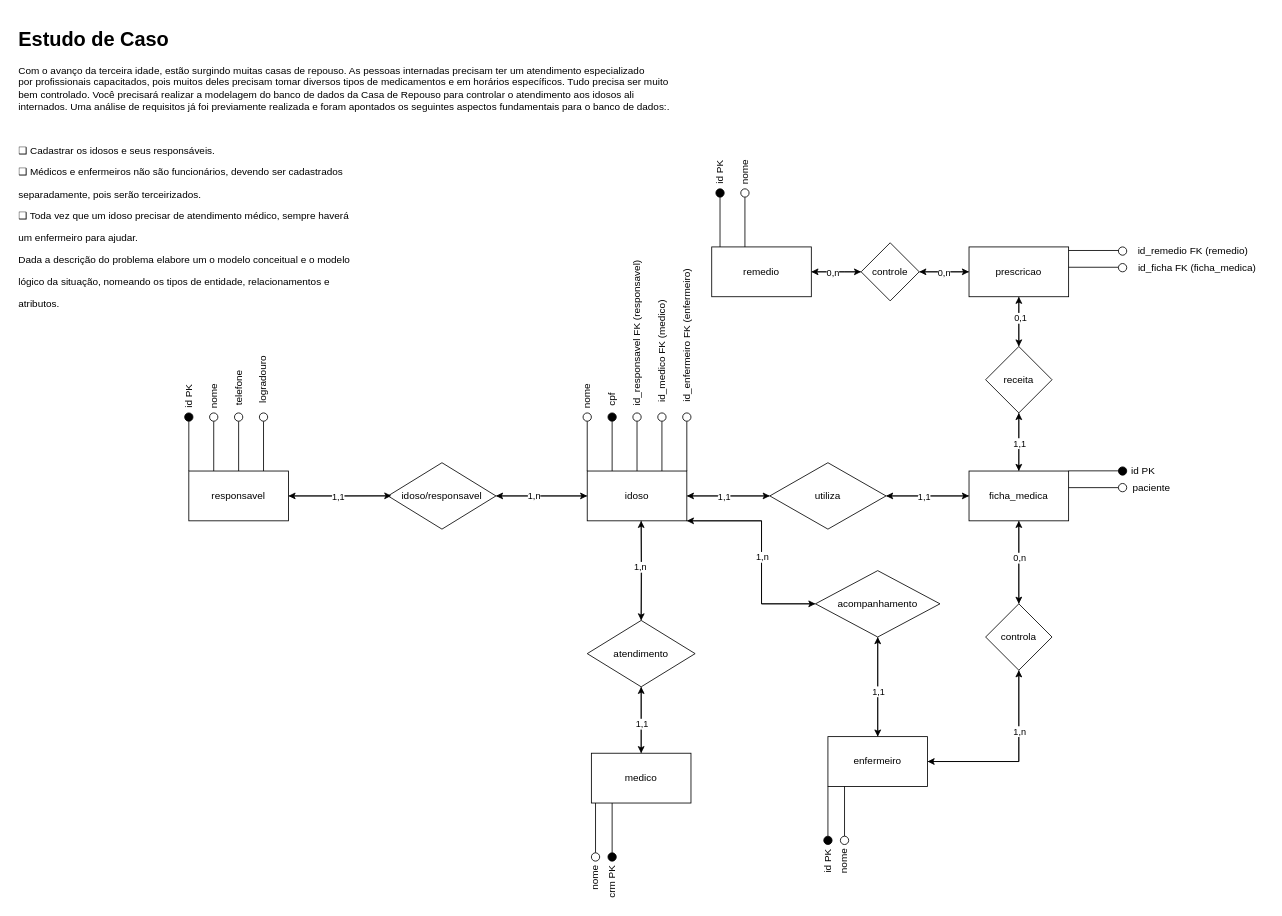
The draw.io diagram md_aula4.drawio in deppbrazil/data-modeling, before the edit. Source tidied: cells renumbered, new cells numbered last; positions are measured from the earlier drawing's top-left corner, leaving out a move shared by most shapes. Both pictures are drawn from the tidied source at 83%, with x=0, y=0 at pixel (14, 22).
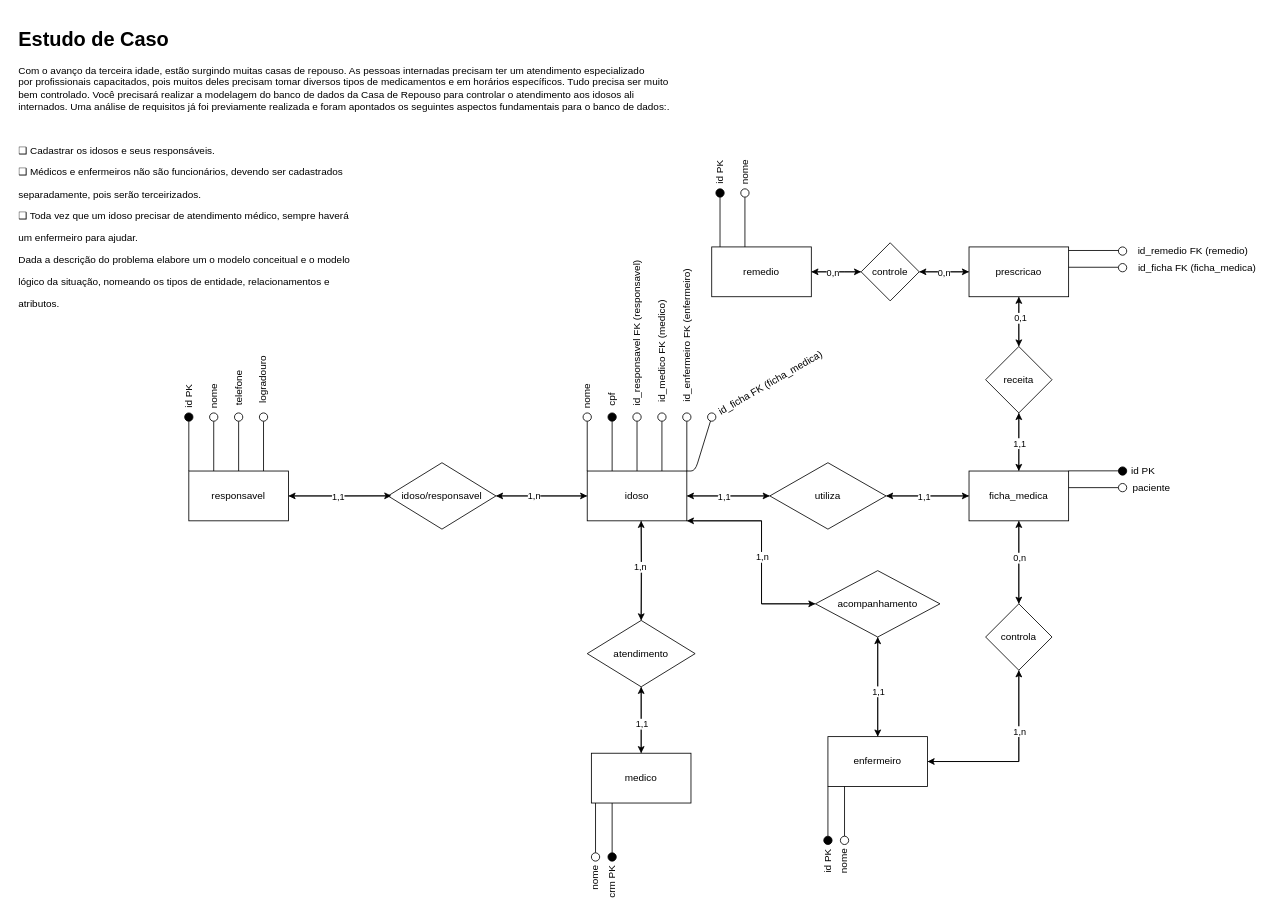
The same diagram, later.

The change refers to these unchanged cells:
```xml
<mxCell id="6" value="idoso" style="rounded=0;whiteSpace=wrap;html=1;" parent="1" vertex="1">
  <mxGeometry x="690" y="540" width="120" height="60" as="geometry" />
</mxCell>
```

The edit, as a diff of the source:
```diff
@@
+    <mxCell id="116" style="endArrow=none;html=1;exitX=1;exitY=0;exitDx=0;exitDy=0;" parent="1" edge="1" source="117">
+      <mxGeometry relative="1" as="geometry">
+        <mxPoint x="840" y="475" as="targetPoint" />
+      </mxGeometry>
+    </mxCell>
+    <mxCell id="117" style="ellipse;whiteSpace=wrap;html=1;" parent="1" vertex="1">
+      <mxGeometry x="835" y="470" width="10" height="10" as="geometry" />
+    </mxCell>
+    <mxCell id="118" style="endArrow=none;html=1;exitX=1;exitY=0;exitDx=0;exitDy=0;" parent="1" edge="1" source="6" target="117">
+      <mxGeometry relative="1" as="geometry">
+        <Array as="points">
+          <mxPoint x="820" y="540" />
+        </Array>
+      </mxGeometry>
+    </mxCell>
+    <mxCell id="119" value="id_ficha FK (ficha_medica)" style="text;html=1;strokeColor=none;fillColor=none;align=center;verticalAlign=middle;whiteSpace=wrap;rounded=0;rotation=-30;" parent="1" vertex="1">
+      <mxGeometry x="820" y="423.8" width="181.9" height="20" as="geometry" />
+    </mxCell>
```
